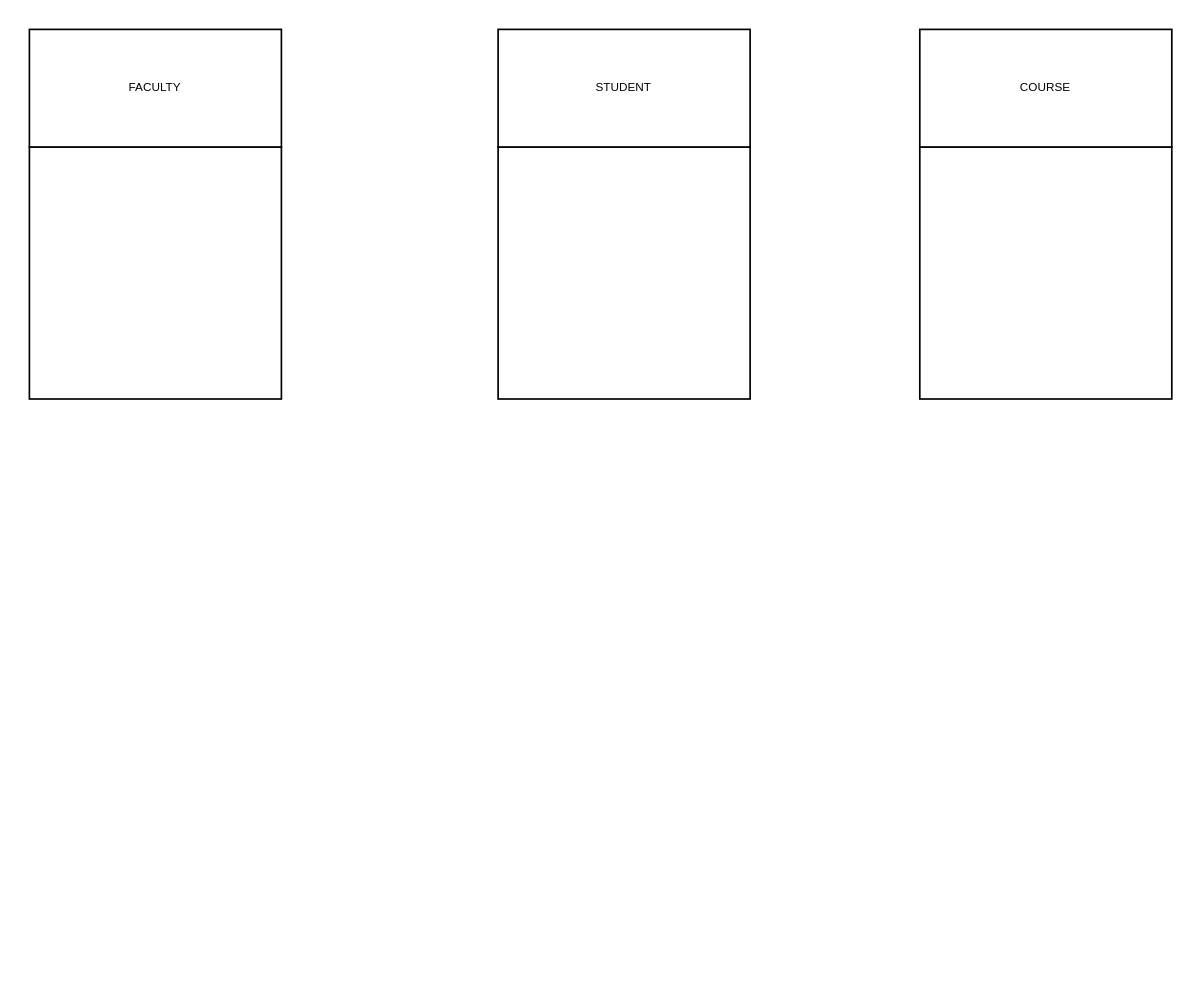
The draw.io diagram Lab 06 (Design + Modeling).drawio in smuzaffarov/CPCS2100, before the edit. Source tidied: cells renumbered, new cells numbered last; positions are measured from the earlier drawing's top-left corner, leaving out a move shared by most shapes. Both pictures are drawn from the tidied source at 168%, with x=0, y=0 at pixel (29, 29).
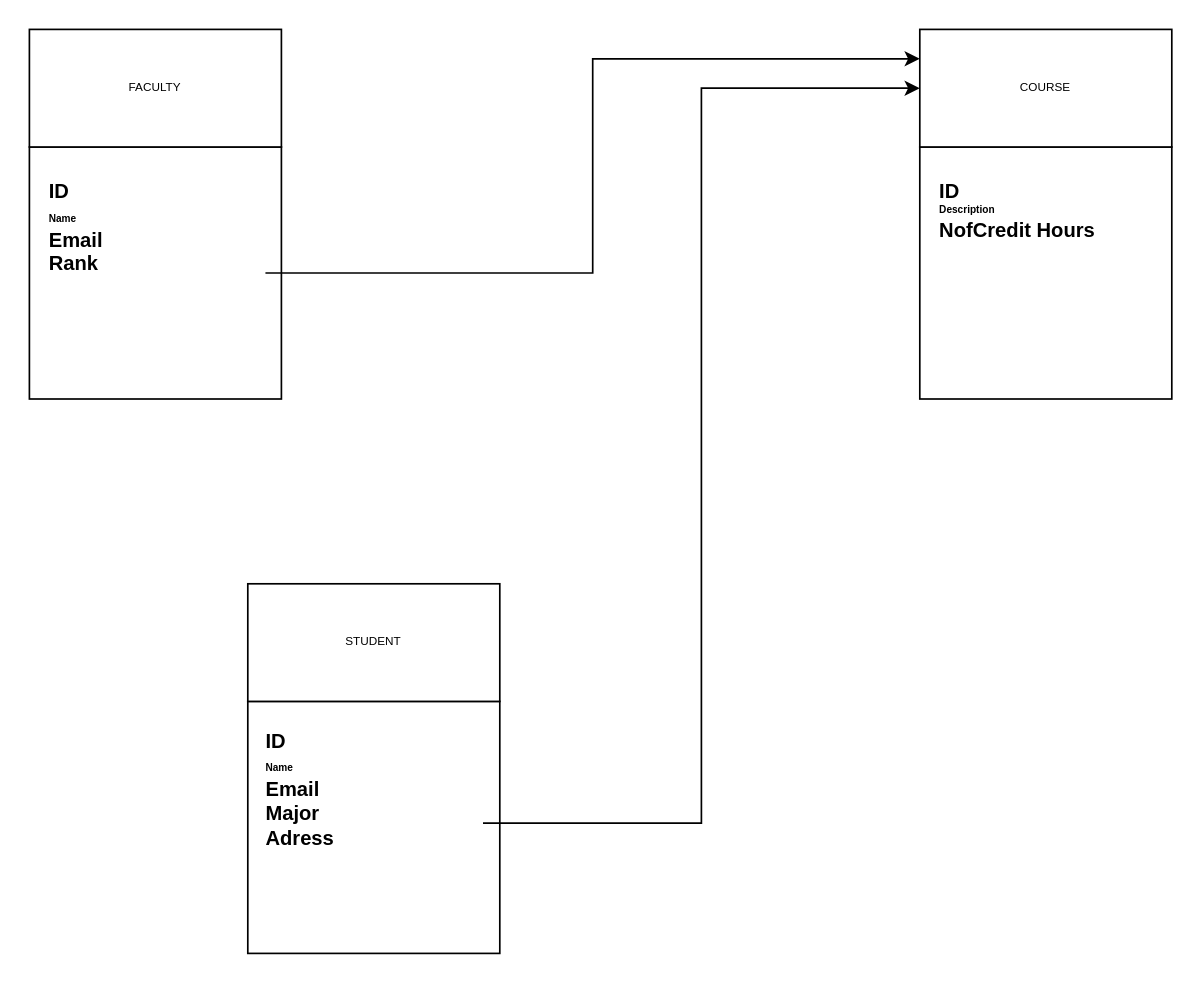
After the change.

Diff of the diagram source:
```diff
@@
 <mxGraphModel>
   <root>
     <mxCell id="0" />
     <mxCell id="1" parent="0" />
     <mxCell id="2" style="whiteSpace=wrap;html=1;" parent="1" vertex="1">
       <mxGeometry y="70" width="150" height="150" as="geometry" />
     </mxCell>
     <mxCell id="3" style="rounded=0;whiteSpace=wrap;html=1;" parent="1" vertex="1">
       <mxGeometry width="150" height="70" as="geometry" />
     </mxCell>
     <mxCell id="4" value="FACULTY" style="text;html=1;align=center;verticalAlign=middle;whiteSpace=wrap;rounded=0;dashed=1;fontSize=7;" parent="1" vertex="1">
       <mxGeometry x="45" y="30" width="60" height="10" as="geometry" />
     </mxCell>
     <mxCell id="5" style="whiteSpace=wrap;html=1;" parent="1" vertex="1">
-      <mxGeometry x="279" y="70" width="150" height="150" as="geometry" />
+      <mxGeometry x="130" y="400" width="150" height="150" as="geometry" />
     </mxCell>
     <mxCell id="6" style="rounded=0;whiteSpace=wrap;html=1;" parent="1" vertex="1">
-      <mxGeometry x="279" width="150" height="70" as="geometry" />
+      <mxGeometry x="130" y="330" width="150" height="70" as="geometry" />
     </mxCell>
     <mxCell id="7" value="STUDENT " style="text;html=1;align=center;verticalAlign=middle;whiteSpace=wrap;rounded=0;dashed=1;fontSize=7;" parent="1" vertex="1">
-      <mxGeometry x="324" y="30" width="60" height="10" as="geometry" />
+      <mxGeometry x="175" y="360" width="60" height="10" as="geometry" />
     </mxCell>
     <mxCell id="8" style="whiteSpace=wrap;html=1;" parent="1" vertex="1">
       <mxGeometry x="530" y="70" width="150" height="150" as="geometry" />
     </mxCell>
     <mxCell id="9" style="rounded=0;whiteSpace=wrap;html=1;" parent="1" vertex="1">
       <mxGeometry x="530" width="150" height="70" as="geometry" />
     </mxCell>
     <mxCell id="10" value="COURSE  " style="text;html=1;align=center;verticalAlign=middle;whiteSpace=wrap;rounded=0;dashed=1;fontSize=7;" parent="1" vertex="1">
       <mxGeometry x="575" y="30" width="60" height="10" as="geometry" />
     </mxCell>
+    <mxCell id="11" style="edgeStyle=orthogonalEdgeStyle;rounded=0;jettySize=auto;html=1;entryX=0;entryY=0.5;entryDx=0;entryDy=0;" parent="1" edge="1" source="12" target="9">
+      <mxGeometry relative="1" as="geometry" />
+    </mxCell>
+    <mxCell id="12" value="&lt;h3 style=&quot;margin-top: 0px; font-size: 12px;&quot;&gt;ID&lt;br&gt;&lt;b style=&quot;background-color: initial; font-size: 6px;&quot;&gt;Name&lt;br&gt;&lt;/b&gt;&lt;b&gt;Email&lt;br&gt;&lt;/b&gt;&lt;b&gt;Major&lt;br&gt;Adress&lt;/b&gt;&lt;/h3&gt;&lt;div&gt;&lt;b&gt;&lt;br&gt;&lt;br&gt;&lt;/b&gt;&lt;/div&gt;" style="text;html=1;whiteSpace=wrap;overflow=hidden;rounded=0;fontSize=6;" parent="1" vertex="1">
+      <mxGeometry x="139" y="410" width="131" height="125" as="geometry" />
+    </mxCell>
+    <mxCell id="13" style="edgeStyle=orthogonalEdgeStyle;rounded=0;jettySize=auto;html=1;entryX=0;entryY=0.25;entryDx=0;entryDy=0;" parent="1" edge="1" source="14" target="9">
+      <mxGeometry relative="1" as="geometry" />
+    </mxCell>
+    <mxCell id="14" value="&lt;h3 style=&quot;margin-top: 0px; font-size: 12px;&quot;&gt;ID&lt;br&gt;&lt;b style=&quot;background-color: initial; font-size: 6px;&quot;&gt;Name&lt;br&gt;&lt;/b&gt;&lt;b&gt;Email&lt;br&gt;&lt;/b&gt;&lt;b&gt;Rank&lt;/b&gt;&lt;/h3&gt;&lt;div&gt;&lt;b&gt;&lt;br&gt;&lt;br&gt;&lt;/b&gt;&lt;/div&gt;" style="text;html=1;whiteSpace=wrap;overflow=hidden;rounded=0;fontSize=6;" parent="1" vertex="1">
+      <mxGeometry x="9.5" y="82.5" width="131" height="125" as="geometry" />
+    </mxCell>
+    <mxCell id="15" value="&lt;h3 style=&quot;margin-top: 0px;&quot;&gt;&lt;span style=&quot;font-size: 12px;&quot;&gt;ID&lt;/span&gt;&lt;br&gt;&lt;span style=&quot;background-color: initial;&quot;&gt;&lt;span style=&quot;font-size: 6px;&quot;&gt;Description&lt;/span&gt;&lt;br&gt;&lt;/span&gt;&lt;span style=&quot;font-size: 12px;&quot;&gt;NofCredit Hours&lt;/span&gt;&lt;/h3&gt;&lt;div&gt;&lt;b&gt;&lt;br&gt;&lt;br&gt;&lt;/b&gt;&lt;/div&gt;" style="text;html=1;whiteSpace=wrap;overflow=hidden;rounded=0;fontSize=6;" parent="1" vertex="1">
+      <mxGeometry x="539.5" y="82.5" width="131" height="125" as="geometry" />
+    </mxCell>
   </root>
 </mxGraphModel>
```
